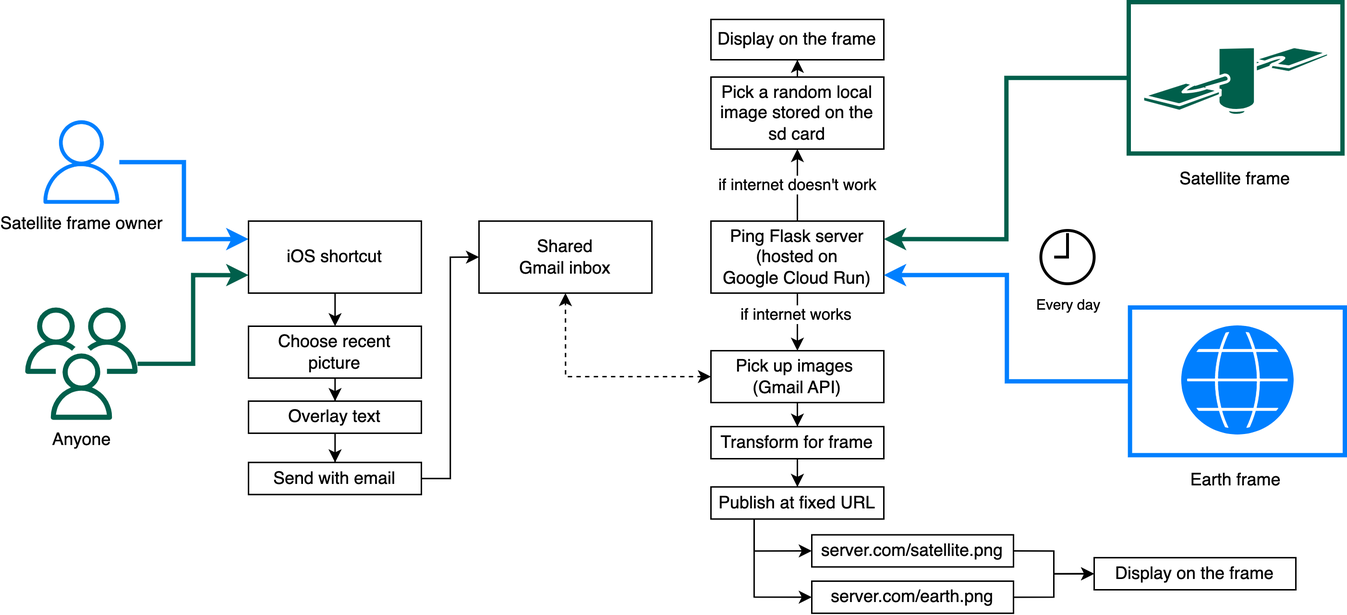
Above: assets/img/dispatchpi/frame_diagram.png in malcolmosh/malcolmosh.github.io (draw.io), before the change. Source tidied: cells renumbered, new cells last; positions are measured from the earlier drawing's top-left corner, leaving out a move shared by most shapes.
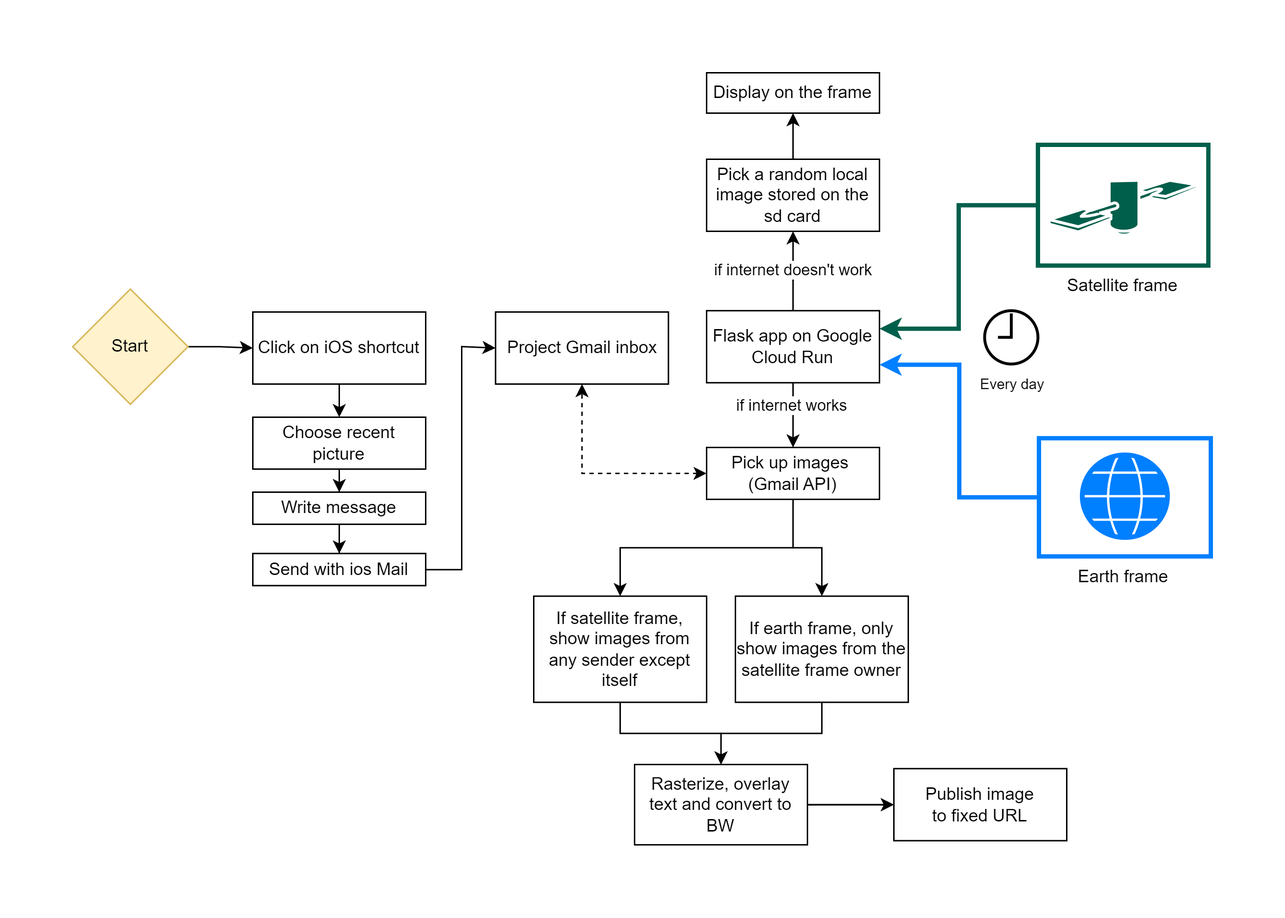
The same diagram one commit later.

What changed in the source:
```diff
@@ -2,74 +2,67 @@
   <root>
     <mxCell id="0" />
     <mxCell id="1" parent="0" />
-    <mxCell id="2" style="edgeStyle=orthogonalEdgeStyle;rounded=0;jettySize=auto;html=1;entryX=0;entryY=0.75;entryDx=0;entryDy=0;fillColor=#6d8764;strokeColor=#005F4B;strokeWidth=3;" parent="1" edge="1" source="3" target="16">
-      <mxGeometry relative="1" as="geometry" />
-    </mxCell>
-    <mxCell id="3" value="&lt;font color=&quot;#000000&quot;&gt;Anyone&lt;/font&gt;" style="sketch=0;outlineConnect=0;fontColor=#232F3E;gradientColor=none;fillColor=#005F4B;strokeColor=none;dashed=0;verticalLabelPosition=bottom;verticalAlign=top;align=center;html=1;fontSize=12;fontStyle=0;shape=mxgraph.aws4.users;" parent="1" vertex="1">
-      <mxGeometry y="212" width="78" height="78" as="geometry" />
-    </mxCell>
-    <mxCell id="4" style="edgeStyle=orthogonalEdgeStyle;rounded=0;jettySize=auto;html=1;entryX=0;entryY=0.25;entryDx=0;entryDy=0;fillColor=#f0a30a;strokeColor=#007FFF;strokeWidth=3;" parent="1" edge="1" source="5" target="16">
-      <mxGeometry relative="1" as="geometry" />
-    </mxCell>
-    <mxCell id="5" value="&lt;font color=&quot;#000000&quot;&gt;Satellite frame owner&lt;/font&gt;" style="sketch=0;outlineConnect=0;fontColor=#232F3E;gradientColor=none;fillColor=#007FFF;strokeColor=none;dashed=0;verticalLabelPosition=bottom;verticalAlign=top;align=center;html=1;fontSize=12;fontStyle=0;shape=mxgraph.aws4.user;" parent="1" vertex="1">
-      <mxGeometry x="10" y="82" width="58" height="58" as="geometry" />
-    </mxCell>
     <mxCell id="6" style="group;strokeWidth=2;" parent="1" vertex="1">
-      <mxGeometry x="766" y="212" width="150" height="137.4" as="geometry" />
+      <mxGeometry x="655" y="245.6" width="120" height="109.6" as="geometry" />
     </mxCell>
     <mxCell id="7" value="Earth frame" style="rounded=1;whiteSpace=wrap;html=1;fontSize=12;glass=0;strokeWidth=1;shadow=0;strokeColor=none;fillColor=none;" parent="6" vertex="1">
-      <mxGeometry y="103.4" width="149.1" height="34.1" as="geometry" />
+      <mxGeometry y="82.7" width="119.3" height="27.2" as="geometry" />
     </mxCell>
     <mxCell id="8" style="group;strokeWidth=3;strokeColor=#007FFF;fillColor=default;" parent="6" vertex="1">
-      <mxGeometry x="0.9" width="149.1" height="102.5" as="geometry" />
+      <mxGeometry x="0.7" width="119.3" height="82" as="geometry" />
     </mxCell>
     <mxCell id="9" style="rounded=0;whiteSpace=wrap;html=1;fillColor=none;strokeColor=none;" parent="8" vertex="1">
-      <mxGeometry width="149.1" height="102.5" as="geometry" />
+      <mxGeometry width="119.3" height="82" as="geometry" />
     </mxCell>
     <mxCell id="10" style="sketch=0;shadow=0;dashed=0;html=1;strokeColor=none;fillColor=#007FFF;labelPosition=center;verticalLabelPosition=bottom;verticalAlign=top;align=center;shape=mxgraph.veeam2.globe;strokeWidth=1;perimeterSpacing=0;" parent="8" vertex="1">
-      <mxGeometry x="35.5" y="12.4" width="78.1" height="75.8" as="geometry" />
+      <mxGeometry x="28.4" y="9.9" width="62.5" height="60.6" as="geometry" />
     </mxCell>
     <mxCell id="11" style="group;" parent="1" vertex="1">
-      <mxGeometry x="766" width="148.4" height="140" as="geometry" />
+      <mxGeometry x="655" y="42" width="118" height="111.6" as="geometry" />
     </mxCell>
     <mxCell id="12" value="Satellite frame" style="rounded=1;whiteSpace=wrap;html=1;fontSize=12;glass=0;strokeWidth=1;shadow=0;fillColor=none;strokeColor=none;" parent="11" vertex="1">
-      <mxGeometry y="105.1" width="148.4" height="34.9" as="geometry" />
+      <mxGeometry y="83.8" width="118.3" height="27.8" as="geometry" />
     </mxCell>
     <mxCell id="13" style="rounded=0;whiteSpace=wrap;html=1;fillColor=default;strokeColor=#005F4B;strokeWidth=3;" parent="11" vertex="1">
-      <mxGeometry width="148.4" height="105.1" as="geometry" />
+      <mxGeometry width="118.3" height="83.8" as="geometry" />
     </mxCell>
     <mxCell id="14" style="shape=mxgraph.cisco.wireless.satellite;html=1;dashed=0;fillColor=#005F4B;strokeColor=#ffffff;strokeWidth=2;verticalLabelPosition=bottom;verticalAlign=top;align=center;perimeterSpacing=0;" parent="11" vertex="1">
-      <mxGeometry x="9.8" y="30.9" width="128.9" height="47.6" as="geometry" />
+      <mxGeometry x="7.8" y="24.6" width="102.7" height="38" as="geometry" />
     </mxCell>
     <mxCell id="15" style="edgeStyle=orthogonalEdgeStyle;rounded=0;jettySize=auto;html=1;" parent="1" edge="1" source="16" target="18">
       <mxGeometry relative="1" as="geometry" />
     </mxCell>
-    <mxCell id="16" value="iOS shortcut" style="rounded=0;whiteSpace=wrap;html=1;" parent="1" vertex="1">
-      <mxGeometry x="155" y="152" width="120" height="50" as="geometry" />
+    <mxCell id="16" value="Click on iOS shortcut" style="rounded=0;whiteSpace=wrap;html=1;" parent="1" vertex="1">
+      <mxGeometry x="110" y="158" width="120" height="50" as="geometry" />
     </mxCell>
     <mxCell id="17" style="edgeStyle=orthogonalEdgeStyle;rounded=0;jettySize=auto;html=1;" parent="1" edge="1" source="18" target="20">
       <mxGeometry relative="1" as="geometry" />
     </mxCell>
     <mxCell id="18" value="Choose recent &lt;br&gt;picture" style="rounded=0;whiteSpace=wrap;html=1;" parent="1" vertex="1">
-      <mxGeometry x="155" y="225" width="120" height="36" as="geometry" />
+      <mxGeometry x="110" y="231" width="120" height="36" as="geometry" />
     </mxCell>
     <mxCell id="19" style="edgeStyle=orthogonalEdgeStyle;rounded=0;jettySize=auto;html=1;" parent="1" edge="1" source="20" target="22">
       <mxGeometry relative="1" as="geometry" />
     </mxCell>
-    <mxCell id="20" value="Overlay text" style="rounded=0;whiteSpace=wrap;html=1;" parent="1" vertex="1">
-      <mxGeometry x="155" y="277" width="120" height="22.3" as="geometry" />
+    <mxCell id="20" value="Write message" style="rounded=0;whiteSpace=wrap;html=1;" parent="1" vertex="1">
+      <mxGeometry x="110" y="283" width="120" height="22.3" as="geometry" />
     </mxCell>
     <mxCell id="21" style="edgeStyle=orthogonalEdgeStyle;rounded=0;jettySize=auto;html=1;entryX=0;entryY=0.5;entryDx=0;entryDy=0;" parent="1" edge="1" source="22" target="23">
-      <mxGeometry relative="1" as="geometry" />
+      <mxGeometry relative="1" as="geometry">
+        <Array as="points">
+          <mxPoint x="255" y="337" />
+          <mxPoint x="255" y="182" />
+        </Array>
+      </mxGeometry>
     </mxCell>
-    <mxCell id="22" value="Send with email" style="rounded=0;whiteSpace=wrap;html=1;" parent="1" vertex="1">
-      <mxGeometry x="155" y="319.6" width="120" height="22.3" as="geometry" />
+    <mxCell id="22" value="Send with ios Mail" style="rounded=0;whiteSpace=wrap;html=1;" parent="1" vertex="1">
+      <mxGeometry x="110" y="325.6" width="120" height="22.3" as="geometry" />
     </mxCell>
-    <mxCell id="23" value="Shared &lt;br&gt;Gmail inbox" style="rounded=0;whiteSpace=wrap;html=1;" parent="1" vertex="1">
-      <mxGeometry x="315" y="152" width="120" height="50" as="geometry" />
+    <mxCell id="23" value="Project Gmail inbox" style="rounded=0;whiteSpace=wrap;html=1;" parent="1" vertex="1">
+      <mxGeometry x="278.5" y="158" width="120" height="50" as="geometry" />
     </mxCell>
     <mxCell id="24" value="&lt;font color=&quot;#000000&quot; style=&quot;font-size: 10px;&quot;&gt;Every day&lt;/font&gt;" style="sketch=0;fontColor=#232F3E;gradientColor=none;fillColor=none;strokeColor=default;dashed=0;verticalLabelPosition=bottom;verticalAlign=top;align=center;html=1;fontSize=12;fontStyle=0;shape=mxgraph.ios7.icons.clock;strokeWidth=2;" parent="1" vertex="1">
-      <mxGeometry x="705" y="158.5" width="37" height="37" as="geometry" />
+      <mxGeometry x="618" y="157.1" width="37" height="37" as="geometry" />
     </mxCell>
     <mxCell id="25" style="edgeStyle=orthogonalEdgeStyle;rounded=0;jettySize=auto;html=1;entryX=0.5;entryY=0;entryDx=0;entryDy=0;" parent="1" edge="1" source="28" target="33">
       <mxGeometry relative="1" as="geometry" />
@@ -77,11 +70,11 @@
     <mxCell id="26" value="if internet works" style="edgeLabel;html=1;align=center;verticalAlign=middle;" parent="25" vertex="1">
       <mxGeometry x="-0.32" y="-2" relative="1" as="geometry" />
     </mxCell>
-    <mxCell id="27" value="if internet doesn't work" style="edgeStyle=orthogonalEdgeStyle;rounded=0;jettySize=auto;html=1;" parent="1" edge="1" source="28" target="44">
+    <mxCell id="27" value="if internet doesn't work" style="edgeStyle=orthogonalEdgeStyle;rounded=0;jettySize=auto;html=1;exitX=0.5;exitY=0;exitDx=0;exitDy=0;" parent="1" edge="1" source="28" target="44">
       <mxGeometry relative="1" as="geometry" />
     </mxCell>
-    <mxCell id="28" value="Ping Flask server&lt;br&gt;(hosted on &lt;br&gt;Google Cloud Run)" style="rounded=0;whiteSpace=wrap;html=1;" parent="1" vertex="1">
-      <mxGeometry x="476" y="152" width="120" height="50" as="geometry" />
+    <mxCell id="28" value="Flask app on Google Cloud Run" style="rounded=0;whiteSpace=wrap;html=1;" parent="1" vertex="1">
+      <mxGeometry x="425" y="157.1" width="120" height="50" as="geometry" />
     </mxCell>
     <mxCell id="29" style="edgeStyle=orthogonalEdgeStyle;rounded=0;jettySize=auto;html=1;entryX=1;entryY=0.75;entryDx=0;entryDy=0;strokeColor=#007FFF;strokeWidth=3;" parent="1" edge="1" source="9" target="28">
       <mxGeometry relative="1" as="geometry" />
@@ -89,53 +82,56 @@
     <mxCell id="30" style="edgeStyle=orthogonalEdgeStyle;rounded=0;jettySize=auto;html=1;entryX=1;entryY=0.25;entryDx=0;entryDy=0;strokeColor=#005F4B;strokeWidth=3;" parent="1" edge="1" source="13" target="28">
       <mxGeometry relative="1" as="geometry" />
     </mxCell>
-    <mxCell id="31" style="edgeStyle=orthogonalEdgeStyle;rounded=0;jettySize=auto;html=1;entryX=0.5;entryY=1;entryDx=0;entryDy=0;startArrow=classic;startFill=1;dashed=1;" parent="1" edge="1" source="33" target="23">
+    <mxCell id="31" style="edgeStyle=orthogonalEdgeStyle;rounded=0;jettySize=auto;html=1;entryX=0.5;entryY=1;entryDx=0;entryDy=0;startArrow=classic;startFill=1;dashed=1;exitX=0;exitY=0.5;exitDx=0;exitDy=0;" parent="1" edge="1" source="33" target="23">
       <mxGeometry relative="1" as="geometry" />
     </mxCell>
-    <mxCell id="32" style="edgeStyle=orthogonalEdgeStyle;rounded=0;jettySize=auto;html=1;entryX=0.5;entryY=0;entryDx=0;entryDy=0;" parent="1" edge="1" source="33" target="35">
-      <mxGeometry relative="1" as="geometry" />
-    </mxCell>
+    <mxCell id="47" style="edgeStyle=orthogonalEdgeStyle;rounded=0;jettySize=auto;html=1;" parent="1" edge="1" source="33" target="53">
+      <mxGeometry relative="1" as="geometry" />
+    </mxCell>
+    <mxCell id="48" style="edgeStyle=orthogonalEdgeStyle;rounded=0;jettySize=auto;html=1;exitX=0.5;exitY=1;exitDx=0;exitDy=0;" parent="1" edge="1" source="33" target="55">
+      <mxGeometry relative="1" as="geometry" />
+    </mxCell>
     <mxCell id="33" value="Pick up images&amp;nbsp;&lt;br&gt;(Gmail API)" style="rounded=0;whiteSpace=wrap;html=1;" parent="1" vertex="1">
-      <mxGeometry x="476" y="242" width="120" height="36" as="geometry" />
+      <mxGeometry x="425" y="252" width="120" height="36" as="geometry" />
     </mxCell>
     <mxCell id="34" style="edgeStyle=orthogonalEdgeStyle;rounded=0;jettySize=auto;html=1;" parent="1" edge="1" source="35" target="38">
       <mxGeometry relative="1" as="geometry" />
     </mxCell>
+    <mxCell id="49" style="edgeStyle=orthogonalEdgeStyle;rounded=0;jettySize=auto;html=1;" parent="1" edge="1" source="35" target="38">
+      <mxGeometry relative="1" as="geometry" />
+    </mxCell>
-    <mxCell id="35" value="Transform for frame" style="rounded=0;whiteSpace=wrap;html=1;" parent="1" vertex="1">
-      <mxGeometry x="476" y="294.7" width="120" height="22.3" as="geometry" />
+    <mxCell id="35" value="Rasterize, overlay text and convert to BW" style="rounded=0;whiteSpace=wrap;html=1;" parent="1" vertex="1">
+      <mxGeometry x="375" y="472" width="120" height="55.7" as="geometry" />
     </mxCell>
-    <mxCell id="36" style="edgeStyle=orthogonalEdgeStyle;rounded=0;jettySize=auto;html=1;exitX=0.25;exitY=1;exitDx=0;exitDy=0;entryX=0;entryY=0.5;entryDx=0;entryDy=0;" parent="1" edge="1" source="38" target="40">
-      <mxGeometry relative="1" as="geometry" />
-    </mxCell>
-    <mxCell id="37" style="edgeStyle=orthogonalEdgeStyle;rounded=0;jettySize=auto;html=1;exitX=0.25;exitY=1;exitDx=0;exitDy=0;entryX=0;entryY=0.5;entryDx=0;entryDy=0;" parent="1" edge="1" source="38" target="42">
-      <mxGeometry relative="1" as="geometry" />
-    </mxCell>
-    <mxCell id="38" value="Publish at fixed URL" style="rounded=0;whiteSpace=wrap;html=1;" parent="1" vertex="1">
-      <mxGeometry x="476" y="336.6" width="120" height="22.3" as="geometry" />
+    <mxCell id="38" value="Publish image &lt;br&gt;to fixed URL" style="rounded=0;whiteSpace=wrap;html=1;" parent="1" vertex="1">
+      <mxGeometry x="555" y="474.9" width="120" height="50" as="geometry" />
     </mxCell>
-    <mxCell id="39" style="edgeStyle=orthogonalEdgeStyle;rounded=0;jettySize=auto;html=1;exitX=1;exitY=0.5;exitDx=0;exitDy=0;" parent="1" edge="1" source="40" target="46">
-      <mxGeometry relative="1" as="geometry" />
-    </mxCell>
-    <mxCell id="40" value="server.com/satellite.png" style="rounded=0;whiteSpace=wrap;html=1;" parent="1" vertex="1">
-      <mxGeometry x="546" y="369.8" width="140" height="22.3" as="geometry" />
-    </mxCell>
-    <mxCell id="41" style="edgeStyle=orthogonalEdgeStyle;rounded=0;jettySize=auto;html=1;exitX=1;exitY=0.5;exitDx=0;exitDy=0;entryX=0;entryY=0.5;entryDx=0;entryDy=0;" parent="1" edge="1" source="42" target="46">
-      <mxGeometry relative="1" as="geometry" />
-    </mxCell>
-    <mxCell id="42" value="server.com/earth.png" style="rounded=0;whiteSpace=wrap;html=1;" parent="1" vertex="1">
-      <mxGeometry x="546" y="402" width="140" height="22.3" as="geometry" />
-    </mxCell>
     <mxCell id="43" style="edgeStyle=orthogonalEdgeStyle;rounded=0;jettySize=auto;html=1;" parent="1" edge="1" source="44" target="45">
       <mxGeometry relative="1" as="geometry" />
     </mxCell>
     <mxCell id="44" value="Pick a random local image stored on the sd card" style="rounded=0;whiteSpace=wrap;html=1;" parent="1" vertex="1">
-      <mxGeometry x="476" y="52" width="120" height="50" as="geometry" />
+      <mxGeometry x="425" y="52" width="120" height="50" as="geometry" />
     </mxCell>
     <mxCell id="45" value="Display on the frame" style="rounded=0;whiteSpace=wrap;html=1;" parent="1" vertex="1">
-      <mxGeometry x="476" y="12" width="120" height="28" as="geometry" />
+      <mxGeometry x="425" y="-8" width="120" height="28" as="geometry" />
     </mxCell>
-    <mxCell id="46" value="Display on the frame" style="rounded=0;whiteSpace=wrap;html=1;" parent="1" vertex="1">
-      <mxGeometry x="742" y="385.7" width="140" height="22.3" as="geometry" />
-    </mxCell>
+    <mxCell id="50" style="edgeStyle=orthogonalEdgeStyle;rounded=0;jettySize=auto;html=1;exitX=1;exitY=0.5;exitDx=0;exitDy=0;" parent="1" edge="1" source="51" target="16">
+      <mxGeometry relative="1" as="geometry" />
+    </mxCell>
+    <mxCell id="51" value="Start" style="rhombus;whiteSpace=wrap;html=1;fillColor=#fff2cc;strokeColor=#d6b656;" parent="1" vertex="1">
+      <mxGeometry x="-15" y="142.1" width="80" height="80" as="geometry" />
+    </mxCell>
+    <mxCell id="52" style="edgeStyle=orthogonalEdgeStyle;rounded=0;jettySize=auto;html=1;entryX=0.5;entryY=0;entryDx=0;entryDy=0;" parent="1" edge="1" source="53" target="35">
+      <mxGeometry relative="1" as="geometry" />
+    </mxCell>
+    <mxCell id="53" value="If earth frame, only show images from the satellite frame owner" style="rounded=0;whiteSpace=wrap;html=1;" parent="1" vertex="1">
+      <mxGeometry x="445" y="355.2" width="120" height="73.6" as="geometry" />
+    </mxCell>
+    <mxCell id="54" style="edgeStyle=orthogonalEdgeStyle;rounded=0;jettySize=auto;html=1;entryX=0.5;entryY=0;entryDx=0;entryDy=0;" parent="1" edge="1" source="55" target="35">
+      <mxGeometry relative="1" as="geometry" />
+    </mxCell>
+    <mxCell id="55" value="If satellite frame, show images from any sender except itself" style="rounded=0;whiteSpace=wrap;html=1;" parent="1" vertex="1">
+      <mxGeometry x="305" y="355.2" width="120" height="73.6" as="geometry" />
+    </mxCell>
   </root>
 </mxGraphModel>
```
